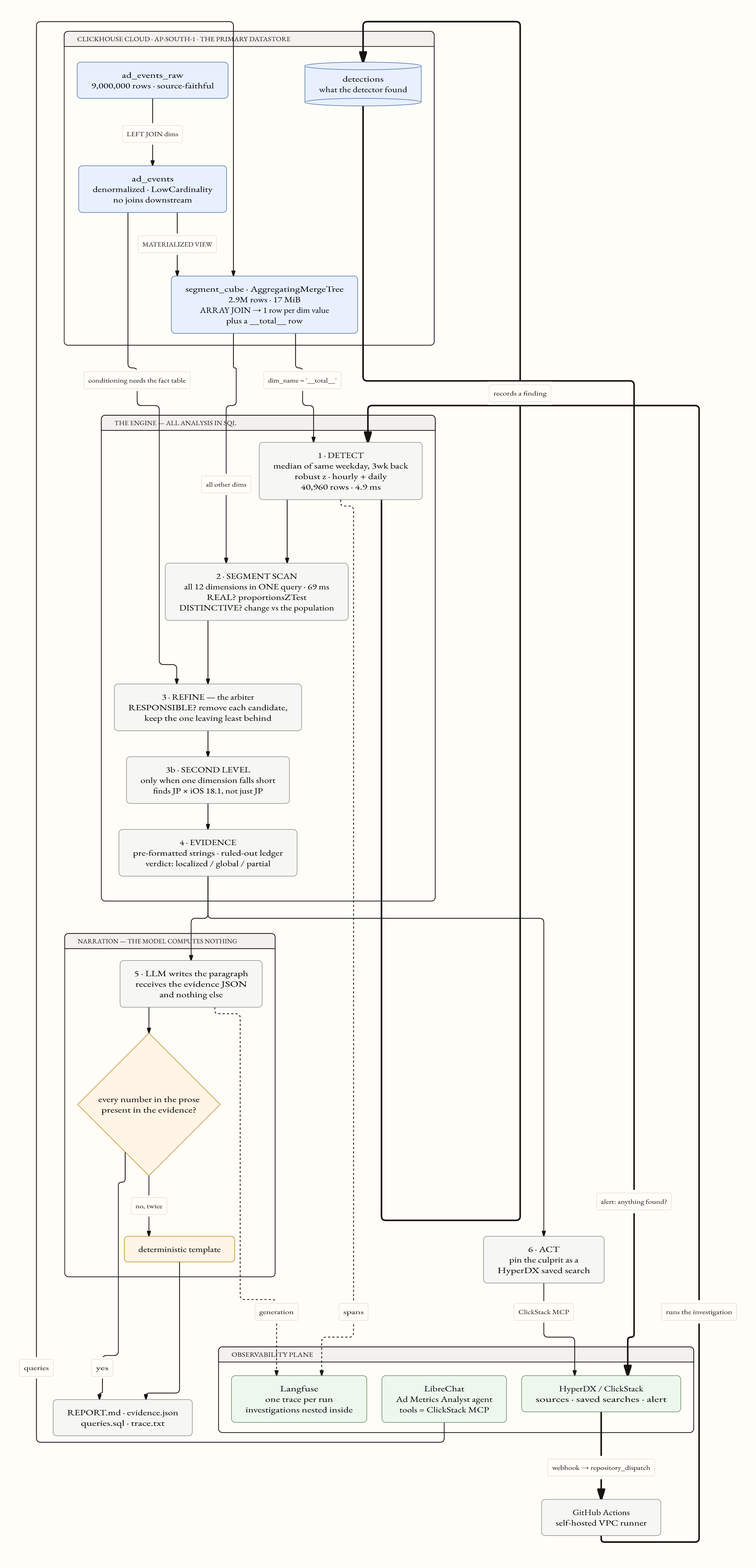
This is docs/architecture.png from ss-loves-AC/parts-watcher-2, a Mermaid export, as it was before one commit. Its source is kept beside it as docs/architecture.mmd.
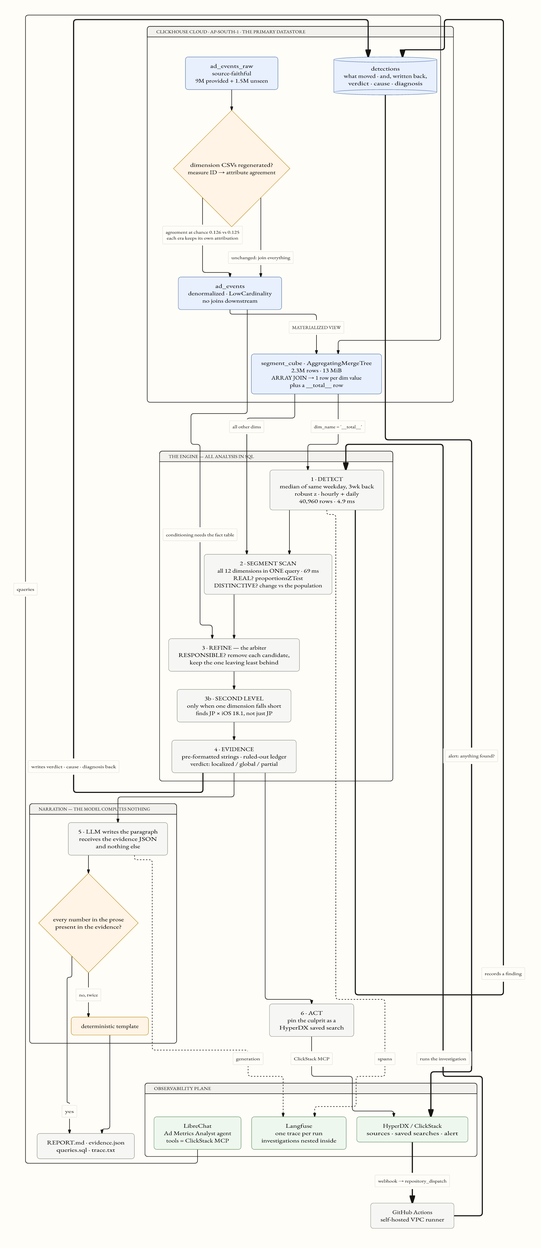
The same diagram one commit later.

Commit message:
Refresh the architecture diagram, and ship the deck as a PDF

Diff of the diagram source:
```diff
@@ -1,10 +1,13 @@
 flowchart TB
   subgraph CLOUD["ClickHouse Cloud · ap-south-1 · the primary datastore"]
-    RAW["ad_events_raw<br/>9,000,000 rows · source-faithful"]
+    RAW["ad_events_raw<br/>source-faithful<br/>9M provided + 1.5M unseen"]
+    SEAM{"dimension CSVs regenerated?<br/>measure ID → attribute agreement"}
     FACT["ad_events<br/>denormalized · LowCardinality<br/>no joins downstream"]
-    CUBE["segment_cube · AggregatingMergeTree<br/>2.9M rows · 17 MiB<br/>ARRAY JOIN → 1 row per dim value<br/>plus a __total__ row"]
-    DET[("detections<br/>what the detector found")]
-    RAW -->|"LEFT JOIN dims"| FACT
+    CUBE["segment_cube · AggregatingMergeTree<br/>2.3M rows · 13 MiB<br/>ARRAY JOIN → 1 row per dim value<br/>plus a __total__ row"]
+    DET[("detections<br/>what moved · and, written back,<br/>verdict · cause · diagnosis")]
+    RAW --> SEAM
+    SEAM -->|"agreement at chance 0.126 vs 0.125<br/>each era keeps its own attribution"| FACT
+    SEAM -->|"unchanged: join everything"| FACT
     FACT -->|"MATERIALIZED VIEW"| CUBE
   end
 
@@ -35,6 +38,7 @@
   GUARD -->|"yes"| OUT
   TMPL --> OUT
   D4 --> ACT
+  D4 ==>|"writes verdict · cause · diagnosis back"| DET
 
   subgraph OBS["Observability plane"]
     LF["Langfuse<br/>one trace per run<br/>investigations nested inside"]
@@ -57,5 +61,5 @@
   classDef obs fill:#eef7ee,stroke:#5a8a5a,stroke-width:1px
   class RAW,FACT,CUBE,DET store
   class D1,D2,D3,D3B,D4,LLM,ACT,OUT,RUNNER stage
-  class GUARD,TMPL guard
+  class GUARD,TMPL,SEAM guard
   class LF,HDX,LC obs
```
